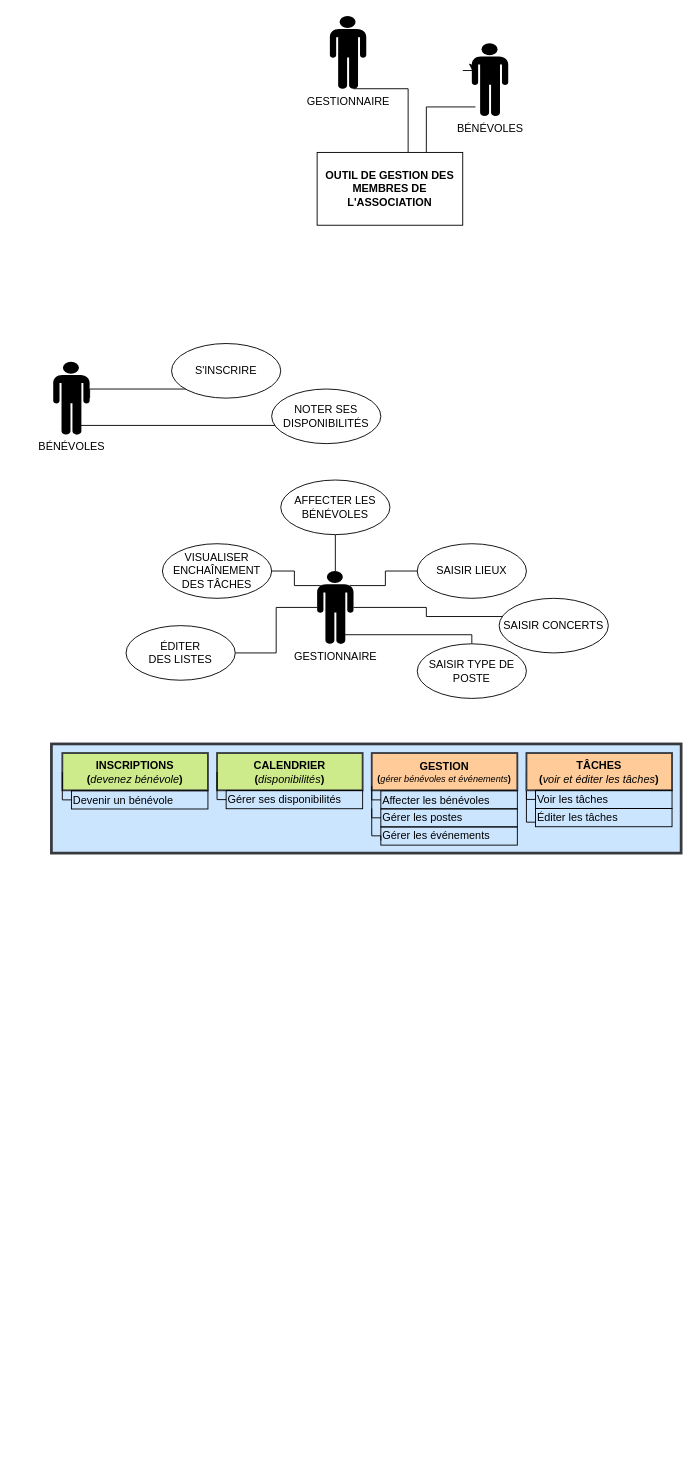
This is Documentation/Diagramme de contexte statique.drawio from EpicNathan26/Atelier_3, a draw.io file, before an edit. Source tidied: cells renumbered, new cells numbered last; positions are measured from the earlier drawing's top-left corner, leaving out a move shared by most shapes. Both pictures are drawn from the tidied source at 91%, with x=0, y=0 at pixel (51, 15).
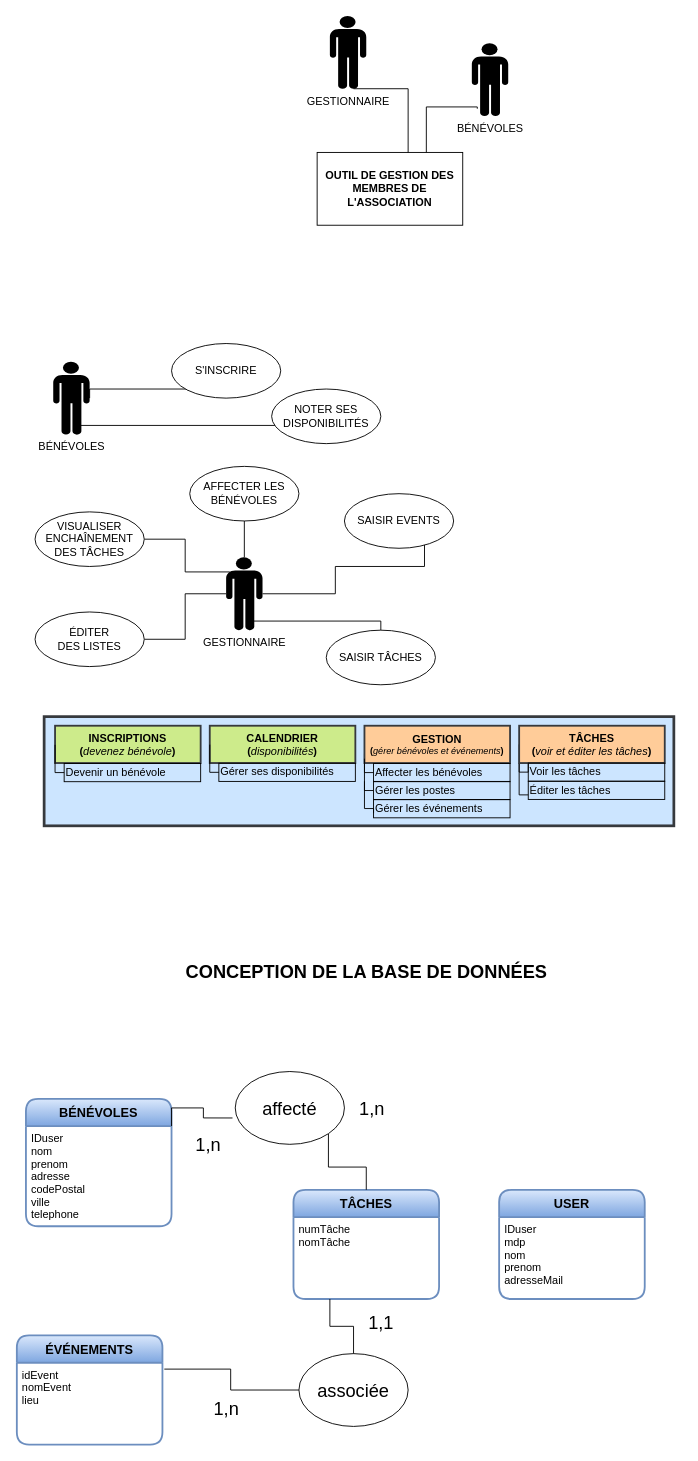
After the change.

Unchanged cells that the change refers to:
```xml
<mxCell id="2" value="&lt;b&gt;OUTIL DE GESTION DES MEMBRES DE L'ASSOCIATION&lt;/b&gt;" style="whiteSpace=wrap;html=1;" parent="1" vertex="1">
  <mxGeometry x="292" y="150" width="160" height="80" as="geometry" />
</mxCell>
<mxCell id="14" value="BÉNÉVOLES" style="shape=mxgraph.signs.people.man_1;html=1;fillColor=#000000;strokeColor=none;verticalLabelPosition=bottom;verticalAlign=top;align=center;sketch=0;" parent="1" vertex="1">
  <mxGeometry x="462" y="30" width="40" height="80" as="geometry" />
</mxCell>
```

What changed in the source:
```diff
@@
-    <mxCell id="5" style="edgeStyle=orthogonalEdgeStyle;rounded=0;jettySize=auto;html=1;exitX=0.35;exitY=1;exitDx=0;exitDy=0;exitPerimeter=0;entryX=0.75;entryY=0;entryDx=0;entryDy=0;endArrow=none;endFill=0;" parent="1" edge="1" target="2">
+    <mxCell id="5" style="edgeStyle=orthogonalEdgeStyle;rounded=0;jettySize=auto;html=1;exitX=0.15;exitY=0.9;exitDx=0;exitDy=0;exitPerimeter=0;entryX=0.75;entryY=0;entryDx=0;entryDy=0;endArrow=none;endFill=0;" parent="1" edge="1" source="14" target="2">
       <mxGeometry relative="1" as="geometry">
-        <mxPoint x="466" y="100" as="sourcePoint" />
         <Array as="points">
+          <mxPoint x="468" y="100" />
           <mxPoint x="412" y="100" />
         </Array>
       </mxGeometry>
     </mxCell>
-    <mxCell id="6" style="edgeStyle=orthogonalEdgeStyle;rounded=0;orthogonalLoop=1;jettySize=auto;html=1;exitX=0;exitY=0.5;exitDx=0;exitDy=0;exitPerimeter=0;entryX=0.275;entryY=0.513;entryDx=0;entryDy=0;entryPerimeter=0;" parent="1" edge="1">
-      <mxGeometry relative="1" as="geometry">
-        <mxPoint x="452" y="60" as="sourcePoint" />
-        <mxPoint x="463" y="61" as="targetPoint" />
-      </mxGeometry>
-    </mxCell>
     <mxCell id="7" style="edgeStyle=orthogonalEdgeStyle;rounded=0;jettySize=auto;html=1;exitX=0.65;exitY=1;exitDx=0;exitDy=0;exitPerimeter=0;endArrow=none;endFill=0;" parent="1" edge="1" source="13" target="22">
       <mxGeometry relative="1" as="geometry">
         <Array as="points">
-          <mxPoint x="318" y="680" />
-          <mxPoint x="462" y="680" />
+          <mxPoint x="218" y="665" />
+          <mxPoint x="362" y="665" />
         </Array>
       </mxGeometry>
     </mxCell>
     <mxCell id="8" style="edgeStyle=orthogonalEdgeStyle;rounded=0;jettySize=auto;html=1;exitX=1;exitY=0.5;exitDx=0;exitDy=0;exitPerimeter=0;entryX=0;entryY=0;entryDx=0;entryDy=0;endArrow=none;endFill=0;" parent="1" edge="1" source="13" target="21">
       <mxGeometry relative="1" as="geometry">
         <Array as="points">
-          <mxPoint x="412" y="650" />
-          <mxPoint x="412" y="660" />
-          <mxPoint x="510" y="660" />
+          <mxPoint x="312" y="635" />
+          <mxPoint x="312" y="605" />
+          <mxPoint x="410" y="605" />
+          <mxPoint x="410" y="534" />
         </Array>
       </mxGeometry>
     </mxCell>
-    <mxCell id="9" style="edgeStyle=orthogonalEdgeStyle;rounded=0;jettySize=auto;html=1;exitX=0.9;exitY=0.2;exitDx=0;exitDy=0;exitPerimeter=0;endArrow=none;endFill=0;" parent="1" edge="1" source="13" target="20">
-      <mxGeometry relative="1" as="geometry" />
-    </mxCell>
@@
     <mxCell id="13" value="GESTIONNAIRE" style="shape=mxgraph.signs.people.man_1;html=1;fillColor=#000000;strokeColor=none;verticalLabelPosition=bottom;verticalAlign=top;align=center;sketch=0;" parent="1" vertex="1">
-      <mxGeometry x="292" y="610" width="40" height="80" as="geometry" />
+      <mxGeometry x="192" y="595" width="40" height="80" as="geometry" />
     </mxCell>
@@
-    <mxCell id="20" value="SAISIR LIEUX" style="ellipse;whiteSpace=wrap;html=1;" parent="1" vertex="1">
-      <mxGeometry x="402" y="580" width="120" height="60" as="geometry" />
-    </mxCell>
-    <mxCell id="21" value="SAISIR CONCERTS" style="ellipse;whiteSpace=wrap;html=1;" parent="1" vertex="1">
-      <mxGeometry x="492" y="640" width="120" height="60" as="geometry" />
+    <mxCell id="21" value="SAISIR EVENTS" style="ellipse;whiteSpace=wrap;html=1;" parent="1" vertex="1">
+      <mxGeometry x="322" y="525" width="120" height="60" as="geometry" />
     </mxCell>
-    <mxCell id="22" value="&lt;div&gt;SAISIR TYPE DE&lt;/div&gt;&lt;div&gt;POSTE&lt;br&gt;&lt;/div&gt;" style="ellipse;whiteSpace=wrap;html=1;" parent="1" vertex="1">
-      <mxGeometry x="402" y="690" width="120" height="60" as="geometry" />
+    <mxCell id="22" value="&lt;div&gt;SAISIR TÂCHES&lt;/div&gt;" style="ellipse;whiteSpace=wrap;html=1;" parent="1" vertex="1">
+      <mxGeometry x="302" y="675" width="120" height="60" as="geometry" />
     </mxCell>
     <mxCell id="23" value="&lt;div&gt;AFFECTER LES&lt;/div&gt;&lt;div&gt;BÉNÉVOLES&lt;br&gt;&lt;/div&gt;" style="ellipse;whiteSpace=wrap;html=1;" parent="1" vertex="1">
-      <mxGeometry x="252" y="510" width="120" height="60" as="geometry" />
+      <mxGeometry x="152" y="495" width="120" height="60" as="geometry" />
     </mxCell>
     <mxCell id="24" value="&lt;div&gt;VISUALISER&lt;/div&gt;&lt;div&gt;ENCHAÎNEMENT&lt;/div&gt;&lt;div&gt;DES TÂCHES&lt;/div&gt;" style="ellipse;whiteSpace=wrap;html=1;" parent="1" vertex="1">
-      <mxGeometry x="122" y="580" width="120" height="60" as="geometry" />
+      <mxGeometry x="-18" y="545" width="120" height="60" as="geometry" />
     </mxCell>
     <mxCell id="25" value="&lt;div&gt;ÉDITER&lt;/div&gt;&lt;div&gt;DES LISTES&lt;br&gt;&lt;/div&gt;" style="ellipse;whiteSpace=wrap;html=1;" parent="1" vertex="1">
-      <mxGeometry x="82" y="670" width="120" height="60" as="geometry" />
+      <mxGeometry x="-18" y="655" width="120" height="60" as="geometry" />
     </mxCell>
     <mxCell id="26" style="whiteSpace=wrap;html=1;fillColor=#cce5ff;strokeColor=#36393d;strokeWidth=3;" parent="1" vertex="1">
-      <mxGeometry y="800" width="692" height="120" as="geometry" />
+      <mxGeometry x="-8" y="770" width="692" height="120" as="geometry" />
     </mxCell>
     <mxCell id="27" style="edgeStyle=orthogonalEdgeStyle;rounded=0;jettySize=auto;html=1;exitX=0;exitY=0.75;exitDx=0;exitDy=0;entryX=0;entryY=0.5;entryDx=0;entryDy=0;endArrow=none;endFill=0;" parent="1" edge="1" source="28" target="39">
       <mxGeometry relative="1" as="geometry">
         <Array as="points">
-          <mxPoint x="352" y="862" />
+          <mxPoint x="344" y="832" />
         </Array>
       </mxGeometry>
     </mxCell>
     <mxCell id="28" value="&lt;div&gt;&lt;b&gt;GESTION&lt;/b&gt;&lt;/div&gt;&lt;div style=&quot;font-size: 10px&quot;&gt;&lt;b&gt;(&lt;/b&gt;&lt;i&gt;gérer bénévoles et événements&lt;/i&gt;&lt;b&gt;)&lt;/b&gt;&lt;br&gt;&lt;/div&gt;" style="whiteSpace=wrap;html=1;fillColor=#ffcc99;strokeColor=#36393d;strokeWidth=2;" parent="1" vertex="1">
-      <mxGeometry x="352" y="810" width="160" height="41" as="geometry" />
+      <mxGeometry x="344" y="780" width="160" height="41" as="geometry" />
     </mxCell>
     <mxCell id="29" style="edgeStyle=orthogonalEdgeStyle;rounded=0;jettySize=auto;html=1;entryX=0;entryY=0.75;entryDx=0;entryDy=0;endArrow=none;endFill=0;exitX=0;exitY=1;exitDx=0;exitDy=0;" parent="1" edge="1" source="32" target="36">
       <mxGeometry relative="1" as="geometry">
         <Array as="points">
-          <mxPoint x="522" y="886" />
+          <mxPoint x="514" y="856" />
         </Array>
       </mxGeometry>
     </mxCell>
@@
     <mxCell id="31" style="edgeStyle=orthogonalEdgeStyle;rounded=0;jettySize=auto;html=1;exitX=0;exitY=0.5;exitDx=0;exitDy=0;entryX=0;entryY=0.5;entryDx=0;entryDy=0;endArrow=none;endFill=0;" parent="1" edge="1" source="32" target="35">
       <mxGeometry relative="1" as="geometry">
         <Array as="points">
-          <mxPoint x="522" y="861" />
+          <mxPoint x="514" y="831" />
         </Array>
       </mxGeometry>
     </mxCell>
     <mxCell id="32" value="&lt;div&gt;&lt;b&gt;TÂCHES&lt;/b&gt;&lt;/div&gt;&lt;div&gt;&lt;b&gt;(&lt;/b&gt;&lt;i&gt;voir et éditer les tâches&lt;/i&gt;&lt;b&gt;)&lt;/b&gt;&lt;br&gt;&lt;/div&gt;" style="whiteSpace=wrap;html=1;fillColor=#ffcc99;strokeColor=#36393d;strokeWidth=2;" parent="1" vertex="1">
-      <mxGeometry x="522" y="810" width="160" height="41" as="geometry" />
+      <mxGeometry x="514" y="780" width="160" height="41" as="geometry" />
     </mxCell>
     <mxCell id="33" value="&lt;div&gt;&lt;b&gt;INSCRIPTIONS&lt;/b&gt;&lt;/div&gt;&lt;div&gt;&lt;b&gt;(&lt;/b&gt;&lt;i&gt;devenez bénévole&lt;/i&gt;&lt;b&gt;)&lt;/b&gt;&lt;br&gt;&lt;b&gt;&lt;/b&gt;&lt;/div&gt;" style="whiteSpace=wrap;html=1;fillColor=#cdeb8b;strokeColor=#36393d;strokeWidth=2;" parent="1" vertex="1">
-      <mxGeometry x="12" y="810" width="160" height="41" as="geometry" />
+      <mxGeometry x="4" y="780" width="160" height="41" as="geometry" />
     </mxCell>
     <mxCell id="34" value="&lt;div&gt;&lt;b&gt;CALENDRIER&lt;/b&gt;&lt;/div&gt;&lt;div&gt;&lt;b&gt;(&lt;/b&gt;&lt;i&gt;disponibilités&lt;/i&gt;&lt;b&gt;)&lt;/b&gt;&lt;br&gt;&lt;b&gt;&lt;/b&gt;&lt;/div&gt;" style="whiteSpace=wrap;html=1;fillColor=#cdeb8b;strokeColor=#36393d;strokeWidth=2;" parent="1" vertex="1">
-      <mxGeometry x="182" y="810" width="160" height="41" as="geometry" />
+      <mxGeometry x="174" y="780" width="160" height="41" as="geometry" />
     </mxCell>
     <mxCell id="35" value="Voir les tâches" style="whiteSpace=wrap;html=1;fillColor=none;strokeWidth=1;align=left;" parent="1" vertex="1">
-      <mxGeometry x="532" y="851" width="150" height="20" as="geometry" />
+      <mxGeometry x="524" y="821" width="150" height="20" as="geometry" />
     </mxCell>
     <mxCell id="36" value="&lt;div&gt;Éditer les tâches&lt;br&gt;&lt;/div&gt;" style="whiteSpace=wrap;html=1;fillColor=none;strokeWidth=1;align=left;" parent="1" vertex="1">
-      <mxGeometry x="532" y="871" width="150" height="20" as="geometry" />
+      <mxGeometry x="524" y="841" width="150" height="20" as="geometry" />
     </mxCell>
     <mxCell id="37" style="edgeStyle=orthogonalEdgeStyle;rounded=0;jettySize=auto;html=1;exitX=0;exitY=0.5;exitDx=0;exitDy=0;entryX=0;entryY=0.5;entryDx=0;entryDy=0;endArrow=none;endFill=0;" parent="1" edge="1" target="38">
       <mxGeometry relative="1" as="geometry">
-        <mxPoint x="182" y="830.8" as="sourcePoint" />
+        <mxPoint x="174" y="800.8" as="sourcePoint" />
         <Array as="points">
-          <mxPoint x="182" y="861.2" />
+          <mxPoint x="174" y="831.2" />
         </Array>
       </mxGeometry>
     </mxCell>
     <mxCell id="38" value="Gérer ses disponibilités" style="whiteSpace=wrap;html=1;fillColor=none;strokeWidth=1;align=left;" parent="1" vertex="1">
-      <mxGeometry x="192" y="851.2" width="150" height="20" as="geometry" />
+      <mxGeometry x="184" y="821.2" width="150" height="20" as="geometry" />
     </mxCell>
     <mxCell id="39" value="Affecter les bénévoles" style="whiteSpace=wrap;html=1;fillColor=none;strokeWidth=1;align=left;" parent="1" vertex="1">
-      <mxGeometry x="362" y="851.5" width="150" height="20" as="geometry" />
+      <mxGeometry x="354" y="821.5" width="150" height="20" as="geometry" />
     </mxCell>
     <mxCell id="40" style="edgeStyle=orthogonalEdgeStyle;rounded=0;orthogonalLoop=1;jettySize=auto;html=1;entryX=0;entryY=0.75;entryDx=0;entryDy=0;endArrow=none;endFill=0;exitX=0;exitY=1;exitDx=0;exitDy=0;" parent="1" edge="1">
       <mxGeometry relative="1" as="geometry">
-        <mxPoint x="352" y="846.2" as="sourcePoint" />
-        <mxPoint x="362" y="881.2" as="targetPoint" />
+        <mxPoint x="344" y="816.2" as="sourcePoint" />
+        <mxPoint x="354" y="851.2" as="targetPoint" />
         <Array as="points">
-          <mxPoint x="352" y="881.2" />
+          <mxPoint x="344" y="851.2" />
         </Array>
       </mxGeometry>
     </mxCell>
     <mxCell id="41" value="Gérer les postes" style="whiteSpace=wrap;html=1;fillColor=none;strokeWidth=1;align=left;" parent="1" vertex="1">
-      <mxGeometry x="362" y="871.2" width="150" height="20" as="geometry" />
+      <mxGeometry x="354" y="841.2" width="150" height="20" as="geometry" />
     </mxCell>
     <mxCell id="42" style="edgeStyle=orthogonalEdgeStyle;rounded=0;jettySize=auto;html=1;exitX=0;exitY=0.5;exitDx=0;exitDy=0;entryX=0;entryY=0.5;entryDx=0;entryDy=0;endArrow=none;endFill=0;" parent="1" edge="1" target="43">
       <mxGeometry relative="1" as="geometry">
-        <mxPoint x="12" y="831" as="sourcePoint" />
+        <mxPoint x="4" y="801" as="sourcePoint" />
         <Array as="points">
-          <mxPoint x="12" y="861.5" />
+          <mxPoint x="4" y="831.5" />
         </Array>
       </mxGeometry>
     </mxCell>
     <mxCell id="43" value="Devenir un bénévole" style="whiteSpace=wrap;html=1;fillColor=none;strokeWidth=1;align=left;" parent="1" vertex="1">
-      <mxGeometry x="22" y="851.5" width="150" height="20" as="geometry" />
+      <mxGeometry x="14" y="821.5" width="150" height="20" as="geometry" />
     </mxCell>
     <mxCell id="44" style="edgeStyle=orthogonalEdgeStyle;rounded=0;jettySize=auto;html=1;entryX=0;entryY=0.75;entryDx=0;entryDy=0;endArrow=none;endFill=0;exitX=0;exitY=1;exitDx=0;exitDy=0;" parent="1" edge="1" target="45">
       <mxGeometry relative="1" as="geometry">
-        <mxPoint x="352" y="871" as="sourcePoint" />
+        <mxPoint x="344" y="841" as="sourcePoint" />
         <Array as="points">
-          <mxPoint x="352" y="901" />
-          <mxPoint x="362" y="901" />
+          <mxPoint x="344" y="871" />
+          <mxPoint x="354" y="871" />
         </Array>
       </mxGeometry>
     </mxCell>
     <mxCell id="45" value="Gérer les événements" style="whiteSpace=wrap;html=1;fillColor=none;strokeWidth=1;align=left;" parent="1" vertex="1">
-      <mxGeometry x="362" y="891.2" width="150" height="20" as="geometry" />
+      <mxGeometry x="354" y="861.2" width="150" height="20" as="geometry" />
     </mxCell>
+    <mxCell id="46" value="&lt;b style=&quot;font-size: 20px&quot;&gt;&lt;font style=&quot;font-size: 20px&quot;&gt;CONCEPTION DE LA BASE DE DONNÉES&lt;/font&gt;&lt;br&gt;&lt;/b&gt;" style="text;html=1;align=center;verticalAlign=middle;strokeColor=none;fillColor=none;" parent="1" vertex="1">
+      <mxGeometry x="141" y="1040" width="410" height="20" as="geometry" />
+    </mxCell>
+    <mxCell id="47" value="BÉNÉVOLES" style="swimlane;horizontal=1;startSize=30;rounded=1;fontSize=14;fontStyle=1;strokeWidth=2;shadow=0;dashed=0;align=center;fillColor=#dae8fc;gradientColor=#7ea6e0;strokeColor=#6c8ebf;" parent="1" vertex="1">
+      <mxGeometry x="-28" y="1190" width="160" height="140" as="geometry" />
+    </mxCell>
+    <mxCell id="48" value="IDuser&#10;nom&#10;prenom&#10;adresse&#10;codePostal&#10;ville&#10;telephone" style="align=left;strokeColor=none;fillColor=none;spacingLeft=4;fontSize=12;verticalAlign=top;" parent="47" vertex="1">
+      <mxGeometry y="30" width="160" height="110" as="geometry" />
+    </mxCell>
+    <mxCell id="49" value="USER" style="swimlane;horizontal=1;startSize=30;rounded=1;fontSize=14;fontStyle=1;strokeWidth=2;shadow=0;dashed=0;align=center;fillColor=#dae8fc;strokeColor=#6c8ebf;gradientColor=#7ea6e0;" parent="1" vertex="1">
+      <mxGeometry x="492" y="1290" width="160" height="120" as="geometry" />
+    </mxCell>
+    <mxCell id="50" value="IDuser&#10;mdp&#10;nom&#10;prenom&#10;adresseMail" style="align=left;strokeColor=none;fillColor=none;spacingLeft=4;fontSize=12;verticalAlign=top;" parent="49" vertex="1">
+      <mxGeometry y="30" width="160" height="90" as="geometry" />
+    </mxCell>
+    <mxCell id="51" value="ÉVÉNEMENTS" style="swimlane;horizontal=1;startSize=30;rounded=1;fontSize=14;fontStyle=1;strokeWidth=2;shadow=0;dashed=0;align=center;fillColor=#dae8fc;strokeColor=#6c8ebf;gradientColor=#7ea6e0;" parent="1" vertex="1">
+      <mxGeometry x="-38" y="1450" width="160" height="120" as="geometry" />
+    </mxCell>
+    <mxCell id="52" value="idEvent&#10;nomEvent&#10;lieu&#10;" style="align=left;strokeColor=none;fillColor=none;spacingLeft=4;fontSize=12;verticalAlign=top;" parent="51" vertex="1">
+      <mxGeometry y="30" width="160" height="90" as="geometry" />
+    </mxCell>
+    <mxCell id="53" value="TÂCHES" style="swimlane;horizontal=1;startSize=30;rounded=1;fontSize=14;fontStyle=1;strokeWidth=2;shadow=0;dashed=0;align=center;fillColor=#dae8fc;strokeColor=#6c8ebf;gradientColor=#7ea6e0;glass=0;sketch=0;" parent="1" vertex="1">
+      <mxGeometry x="266" y="1290" width="160" height="120" as="geometry" />
+    </mxCell>
+    <mxCell id="54" value="numTâche&#10;nomTâche" style="align=left;strokeColor=none;fillColor=none;spacingLeft=4;fontSize=12;verticalAlign=top;" parent="53" vertex="1">
+      <mxGeometry y="30" width="160" height="90" as="geometry" />
+    </mxCell>
+    <mxCell id="55" style="edgeStyle=orthogonalEdgeStyle;rounded=0;jettySize=auto;html=1;exitX=0;exitY=0.5;exitDx=0;exitDy=0;entryX=1.013;entryY=0.078;entryDx=0;entryDy=0;entryPerimeter=0;fontSize=20;endArrow=none;endFill=0;" parent="1" edge="1" source="56" target="52">
+      <mxGeometry relative="1" as="geometry" />
+    </mxCell>
+    <mxCell id="56" value="associée" style="ellipse;whiteSpace=wrap;html=1;shadow=0;glass=0;sketch=0;fontSize=20;strokeColor=#000000;align=center;" parent="1" vertex="1">
+      <mxGeometry x="272" y="1470" width="120" height="80" as="geometry" />
+    </mxCell>
+    <mxCell id="57" style="edgeStyle=orthogonalEdgeStyle;rounded=0;jettySize=auto;html=1;exitX=0.25;exitY=1;exitDx=0;exitDy=0;fontSize=20;endArrow=none;endFill=0;" parent="1" edge="1" source="54" target="56">
+      <mxGeometry relative="1" as="geometry" />
+    </mxCell>
+    <mxCell id="58" value="1,n" style="text;html=1;align=center;verticalAlign=middle;strokeColor=none;fillColor=none;fontSize=20;" parent="1" vertex="1">
+      <mxGeometry x="172" y="1515" width="40" height="30" as="geometry" />
+    </mxCell>
+    <mxCell id="59" value="1,1" style="text;html=1;align=center;verticalAlign=middle;strokeColor=none;fillColor=none;fontSize=20;" parent="1" vertex="1">
+      <mxGeometry x="342" y="1420" width="40" height="30" as="geometry" />
+    </mxCell>
+    <mxCell id="60" style="edgeStyle=orthogonalEdgeStyle;rounded=0;jettySize=auto;html=1;exitX=1;exitY=1;exitDx=0;exitDy=0;entryX=0.5;entryY=0;entryDx=0;entryDy=0;fontSize=20;endArrow=none;endFill=0;" parent="1" edge="1" source="61" target="53">
+      <mxGeometry relative="1" as="geometry" />
+    </mxCell>
+    <mxCell id="61" value="affecté" style="ellipse;whiteSpace=wrap;html=1;shadow=0;glass=0;sketch=0;fontSize=20;strokeColor=#000000;align=center;" parent="1" vertex="1">
+      <mxGeometry x="202" y="1160" width="120" height="80" as="geometry" />
+    </mxCell>
+    <mxCell id="62" style="edgeStyle=orthogonalEdgeStyle;rounded=0;jettySize=auto;html=1;exitX=1;exitY=0;exitDx=0;exitDy=0;entryX=-0.025;entryY=0.638;entryDx=0;entryDy=0;entryPerimeter=0;fontSize=20;endArrow=none;endFill=0;" parent="1" edge="1" source="48" target="61">
+      <mxGeometry relative="1" as="geometry" />
+    </mxCell>
+    <mxCell id="63" value="1,n" style="text;html=1;align=center;verticalAlign=middle;strokeColor=none;fillColor=none;fontSize=20;" parent="1" vertex="1">
+      <mxGeometry x="152" y="1225" width="40" height="30" as="geometry" />
+    </mxCell>
+    <mxCell id="64" value="1,n" style="text;html=1;align=center;verticalAlign=middle;strokeColor=none;fillColor=none;fontSize=20;" parent="1" vertex="1">
+      <mxGeometry x="332" y="1185" width="40" height="30" as="geometry" />
+    </mxCell>
```
